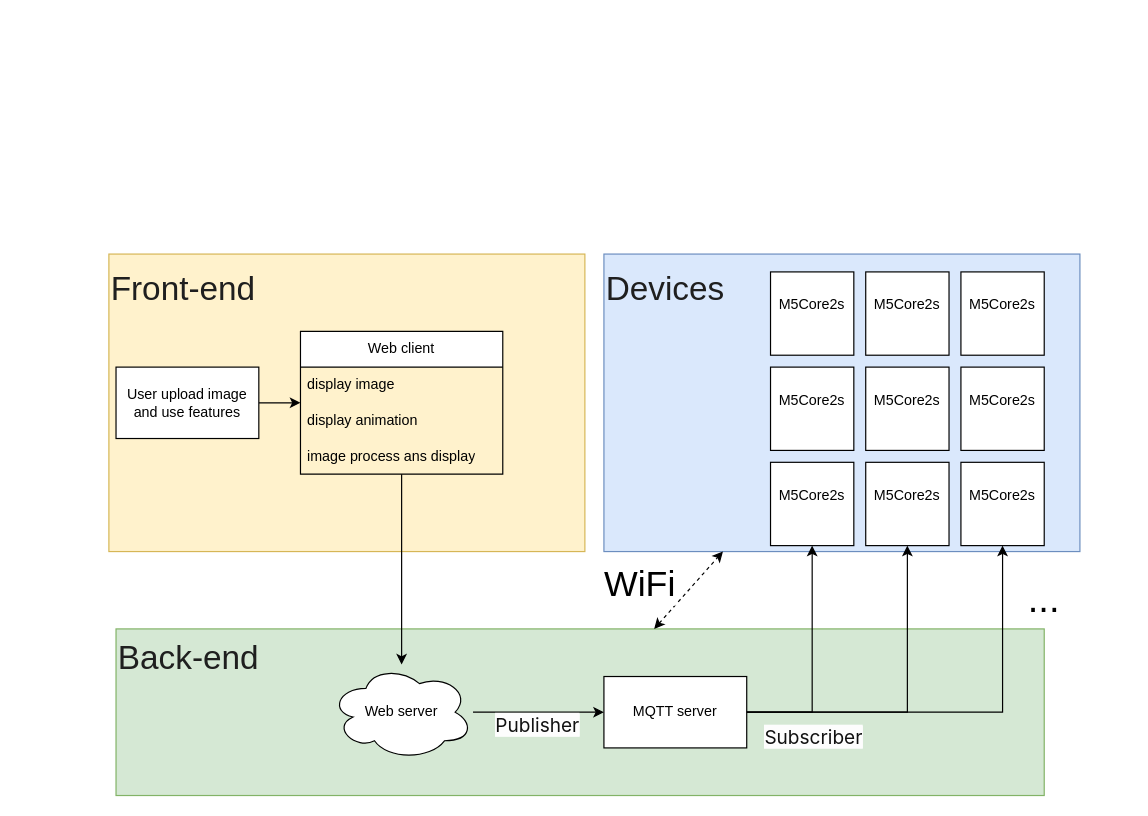
This is Overview.drawio from shizhan1109/Athena-yellow, a draw.io file, before an edit. Source tidied: cells renumbered, new cells numbered last; positions are measured from the earlier drawing's top-left corner, leaving out a move shared by most shapes. Both pictures are drawn from the tidied source at 119%, with x=0, y=0 at pixel (108, 253). Pictures stored in the file or linked from it are replaced by grey dashed boxes.
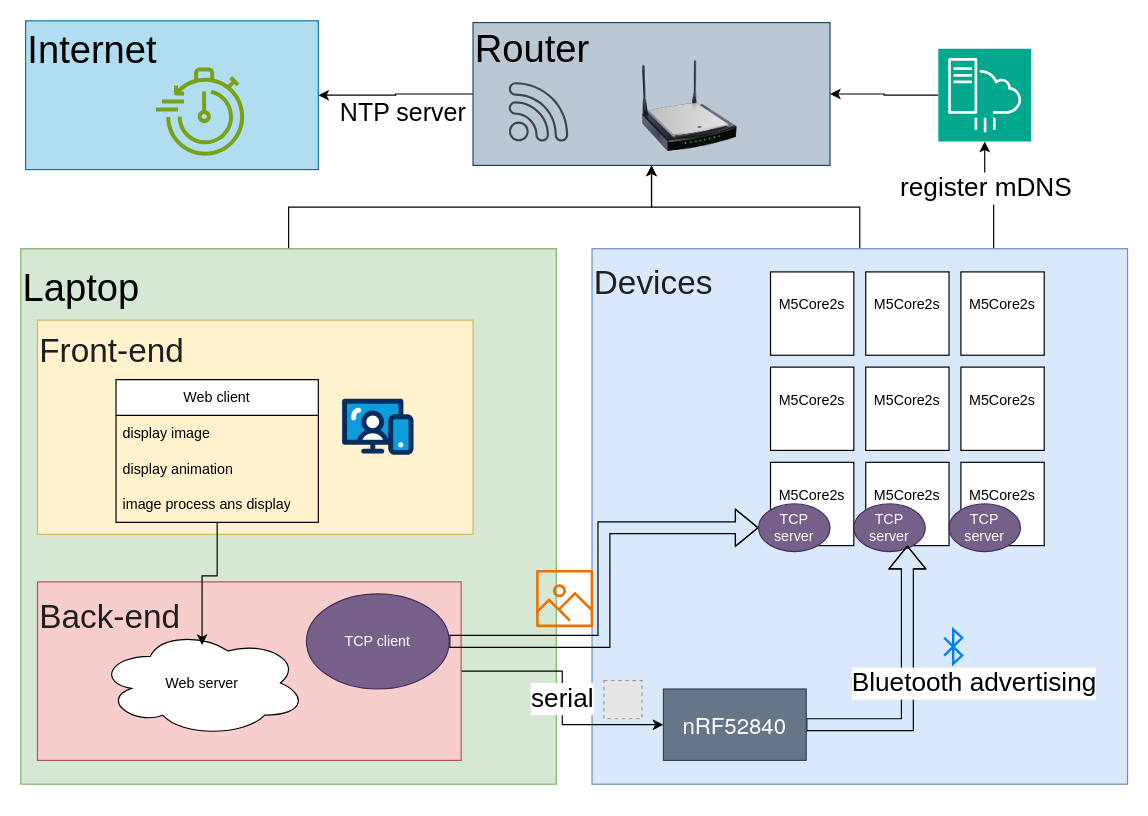
The same page after the edit.

Unchanged cells that the change refers to:
```xml
<mxCell id="22" value="&lt;span class=&quot;fontstyle0&quot;&gt;M5Core2s&lt;/span&gt; &lt;div&gt;&lt;br/&gt;&lt;/div&gt;" style="rounded=0;whiteSpace=wrap;html=1;" parent="1" vertex="1">
  <mxGeometry x="556" y="175" width="70" height="70" as="geometry" />
</mxCell>
<mxCell id="25" value="&lt;span class=&quot;fontstyle0&quot;&gt;M5Core2s&lt;/span&gt; &lt;div&gt;&lt;br/&gt;&lt;/div&gt;" style="rounded=0;whiteSpace=wrap;html=1;" parent="1" vertex="1">
  <mxGeometry x="636" y="175" width="70" height="70" as="geometry" />
</mxCell>
<mxCell id="28" value="&lt;span class=&quot;fontstyle0&quot;&gt;M5Core2s&lt;/span&gt; &lt;div&gt;&lt;br/&gt;&lt;/div&gt;" style="rounded=0;whiteSpace=wrap;html=1;" parent="1" vertex="1">
  <mxGeometry x="716" y="175" width="70" height="70" as="geometry" />
</mxCell>
```

The edit, as a diff of the source:
```diff
@@
+    <mxCell id="32" style="edgeStyle=orthogonalEdgeStyle;rounded=0;jettySize=auto;html=1;entryX=1;entryY=0.5;entryDx=0;entryDy=0;" parent="1" edge="1" source="34" target="56">
+      <mxGeometry relative="1" as="geometry" />
+    </mxCell>
+    <mxCell id="33" value="&lt;font style=&quot;font-size: 21px;&quot;&gt;NTP server&lt;/font&gt;" style="edgeLabel;html=1;align=center;verticalAlign=middle;" parent="32" vertex="1">
+      <mxGeometry x="-0.15" y="5" relative="1" as="geometry">
+        <mxPoint x="-4" y="10" as="offset" />
+      </mxGeometry>
+    </mxCell>
+    <mxCell id="34" value="&lt;font style=&quot;font-size: 32px;&quot;&gt;Router&lt;/font&gt;&lt;div&gt;&lt;font style=&quot;font-size: 32px;&quot;&gt;&lt;br&gt;&lt;/font&gt;&lt;/div&gt;&lt;div&gt;&lt;font style=&quot;font-size: 32px;&quot;&gt;&amp;nbsp;&lt;/font&gt;&lt;/div&gt;" style="rounded=0;whiteSpace=wrap;html=1;align=left;fillColor=#bac8d3;strokeColor=#23445d;" parent="1" vertex="1">
+      <mxGeometry x="306" y="-194.5" width="300" height="120" as="geometry" />
+    </mxCell>
+    <mxCell id="35" style="edgeStyle=orthogonalEdgeStyle;rounded=0;jettySize=auto;html=1;" parent="1" edge="1" source="36" target="34">
+      <mxGeometry relative="1" as="geometry" />
+    </mxCell>
+    <mxCell id="36" value="&lt;font style=&quot;font-size: 32px;&quot;&gt;Laptop&lt;/font&gt;&lt;div&gt;&lt;font style=&quot;font-size: 32px;&quot;&gt;&lt;br&gt;&lt;/font&gt;&lt;/div&gt;&lt;div&gt;&lt;font style=&quot;font-size: 32px;&quot;&gt;&lt;br&gt;&lt;/font&gt;&lt;/div&gt;&lt;div&gt;&lt;font style=&quot;font-size: 32px;&quot;&gt;&lt;br&gt;&lt;/font&gt;&lt;/div&gt;&lt;div&gt;&lt;font style=&quot;font-size: 32px;&quot;&gt;&lt;br&gt;&lt;/font&gt;&lt;/div&gt;&lt;div&gt;&lt;font style=&quot;font-size: 32px;&quot;&gt;&lt;br&gt;&lt;/font&gt;&lt;/div&gt;&lt;div&gt;&lt;font style=&quot;font-size: 32px;&quot;&gt;&lt;br&gt;&lt;/font&gt;&lt;/div&gt;&lt;div&gt;&lt;font style=&quot;font-size: 32px;&quot;&gt;&lt;br&gt;&lt;/font&gt;&lt;/div&gt;&lt;div&gt;&lt;font style=&quot;font-size: 32px;&quot;&gt;&lt;br&gt;&lt;/font&gt;&lt;/div&gt;&lt;div&gt;&lt;font style=&quot;font-size: 32px;&quot;&gt;&lt;br&gt;&lt;/font&gt;&lt;/div&gt;&lt;div&gt;&lt;font style=&quot;font-size: 32px;&quot;&gt;&lt;br&gt;&lt;/font&gt;&lt;/div&gt;" style="rounded=0;whiteSpace=wrap;html=1;align=left;fillColor=#d5e8d4;strokeColor=#82b366;" parent="1" vertex="1">
+      <mxGeometry x="-74" y="-4.5" width="450" height="450" as="geometry" />
+    </mxCell>
+    <mxCell id="37" style="edgeStyle=orthogonalEdgeStyle;rounded=0;jettySize=auto;html=1;" parent="1" edge="1" source="2" target="34">
+      <mxGeometry relative="1" as="geometry" />
+    </mxCell>
+    <mxCell id="38" style="edgeStyle=orthogonalEdgeStyle;rounded=0;jettySize=auto;html=1;exitX=0.75;exitY=0;exitDx=0;exitDy=0;" parent="1" edge="1" source="2" target="52">
+      <mxGeometry relative="1" as="geometry" />
+    </mxCell>
+    <mxCell id="39" value="&lt;font style=&quot;font-size: 22px;&quot;&gt;register mDNS&lt;/font&gt;" style="edgeLabel;html=1;align=center;verticalAlign=middle;" parent="38" vertex="1">
+      <mxGeometry x="0.2" relative="1" as="geometry" />
+    </mxCell>
-    <mxCell id="2" value="&lt;span style=&quot;color: rgb(31, 31, 31); font-family: &amp;quot;Google Sans&amp;quot;, arial, sans-serif-medium, sans-serif; font-size: 28px;&quot;&gt;Devices&lt;/span&gt;&lt;br&gt;&lt;div&gt;&lt;font style=&quot;font-size: 32px;&quot;&gt;&lt;br&gt;&lt;/font&gt;&lt;/div&gt;&lt;div&gt;&lt;font style=&quot;font-size: 32px;&quot;&gt;&lt;br&gt;&lt;/font&gt;&lt;/div&gt;&lt;div&gt;&lt;font style=&quot;font-size: 32px;&quot;&gt;&lt;br&gt;&lt;/font&gt;&lt;/div&gt;&lt;div&gt;&lt;font style=&quot;font-size: 32px;&quot;&gt;&lt;br&gt;&lt;/font&gt;&lt;/div&gt;&lt;div&gt;&lt;font style=&quot;font-size: 32px;&quot;&gt;&lt;br&gt;&lt;/font&gt;&lt;/div&gt;" style="rounded=0;whiteSpace=wrap;html=1;fillColor=#dae8fc;strokeColor=#6c8ebf;align=left;" parent="1" vertex="1">
-      <mxGeometry x="416" width="400" height="250" as="geometry" />
+    <mxCell id="2" value="&lt;span style=&quot;color: rgb(31, 31, 31); font-family: &amp;quot;Google Sans&amp;quot;, arial, sans-serif-medium, sans-serif; font-size: 28px;&quot;&gt;Devices&lt;/span&gt;&lt;div&gt;&lt;font face=&quot;Google Sans, arial, sans-serif-medium, sans-serif&quot; color=&quot;#1f1f1f&quot;&gt;&lt;span style=&quot;font-size: 28px;&quot;&gt;&lt;br&gt;&lt;/span&gt;&lt;/font&gt;&lt;/div&gt;&lt;div&gt;&lt;font face=&quot;Google Sans, arial, sans-serif-medium, sans-serif&quot; color=&quot;#1f1f1f&quot;&gt;&lt;span style=&quot;font-size: 28px;&quot;&gt;&lt;br&gt;&lt;/span&gt;&lt;/font&gt;&lt;/div&gt;&lt;div&gt;&lt;font face=&quot;Google Sans, arial, sans-serif-medium, sans-serif&quot; color=&quot;#1f1f1f&quot;&gt;&lt;span style=&quot;font-size: 28px;&quot;&gt;&lt;br&gt;&lt;/span&gt;&lt;/font&gt;&lt;/div&gt;&lt;div&gt;&lt;font face=&quot;Google Sans, arial, sans-serif-medium, sans-serif&quot; color=&quot;#1f1f1f&quot;&gt;&lt;span style=&quot;font-size: 28px;&quot;&gt;&lt;br&gt;&lt;/span&gt;&lt;/font&gt;&lt;/div&gt;&lt;div&gt;&lt;font face=&quot;Google Sans, arial, sans-serif-medium, sans-serif&quot; color=&quot;#1f1f1f&quot;&gt;&lt;span style=&quot;font-size: 28px;&quot;&gt;&lt;br&gt;&lt;/span&gt;&lt;/font&gt;&lt;/div&gt;&lt;div&gt;&lt;font face=&quot;Google Sans, arial, sans-serif-medium, sans-serif&quot; color=&quot;#1f1f1f&quot;&gt;&lt;span style=&quot;font-size: 28px;&quot;&gt;&lt;br&gt;&lt;/span&gt;&lt;/font&gt;&lt;div&gt;&lt;font style=&quot;font-size: 32px;&quot;&gt;&lt;br&gt;&lt;/font&gt;&lt;/div&gt;&lt;div&gt;&lt;font style=&quot;font-size: 32px;&quot;&gt;&lt;br&gt;&lt;/font&gt;&lt;/div&gt;&lt;div&gt;&lt;font style=&quot;font-size: 32px;&quot;&gt;&lt;br&gt;&lt;/font&gt;&lt;/div&gt;&lt;div&gt;&lt;font style=&quot;font-size: 32px;&quot;&gt;&lt;br&gt;&lt;/font&gt;&lt;/div&gt;&lt;div&gt;&lt;font style=&quot;font-size: 32px;&quot;&gt;&lt;br&gt;&lt;/font&gt;&lt;/div&gt;&lt;/div&gt;" style="rounded=0;whiteSpace=wrap;html=1;fillColor=#dae8fc;strokeColor=#6c8ebf;align=left;" parent="1" vertex="1">
+      <mxGeometry x="406" y="-4.5" width="450" height="450" as="geometry" />
     </mxCell>
+    <mxCell id="40" value="&lt;font style=&quot;font-size: 22px;&quot;&gt;serial&lt;/font&gt;" style="edgeStyle=orthogonalEdgeStyle;rounded=0;jettySize=auto;html=1;entryX=0;entryY=0.5;entryDx=0;entryDy=0;" parent="1" edge="1" source="3" target="47">
+      <mxGeometry relative="1" as="geometry" />
+    </mxCell>
-    <mxCell id="3" value="&lt;span style=&quot;color: rgb(31, 31, 31); font-family: &amp;quot;Google Sans&amp;quot;, arial, sans-serif-medium, sans-serif; font-size: 28px;&quot;&gt;Back-end&lt;/span&gt;&lt;br&gt;&lt;div&gt;&lt;br&gt;&lt;/div&gt;&lt;div&gt;&lt;font style=&quot;font-size: 32px;&quot;&gt;&lt;br&gt;&lt;/font&gt;&lt;/div&gt;&lt;div&gt;&lt;font style=&quot;font-size: 32px;&quot;&gt;&lt;br&gt;&lt;/font&gt;&lt;/div&gt;" style="rounded=0;whiteSpace=wrap;html=1;fillColor=#d5e8d4;strokeColor=#82b366;align=left;" parent="1" vertex="1">
-      <mxGeometry x="6" y="315" width="780" height="140" as="geometry" />
+    <mxCell id="3" value="&lt;span style=&quot;color: rgb(31, 31, 31); font-family: &amp;quot;Google Sans&amp;quot;, arial, sans-serif-medium, sans-serif; font-size: 28px;&quot;&gt;Back-end&lt;/span&gt;&lt;br&gt;&lt;div&gt;&lt;br&gt;&lt;/div&gt;&lt;div&gt;&lt;font style=&quot;font-size: 32px;&quot;&gt;&lt;br&gt;&lt;/font&gt;&lt;/div&gt;&lt;div&gt;&lt;font style=&quot;font-size: 32px;&quot;&gt;&lt;br&gt;&lt;/font&gt;&lt;/div&gt;" style="rounded=0;whiteSpace=wrap;html=1;fillColor=#f8cecc;strokeColor=#b85450;align=left;" parent="1" vertex="1">
+      <mxGeometry x="-60" y="275.5" width="356" height="150" as="geometry" />
     </mxCell>
-    <mxCell id="4" value="&lt;span style=&quot;color: rgb(31, 31, 31); font-family: &amp;quot;Google Sans&amp;quot;, arial, sans-serif-medium, sans-serif; font-size: 28px;&quot;&gt;Front-end&lt;/span&gt;&lt;br&gt;&lt;div&gt;&lt;font style=&quot;font-size: 32px;&quot;&gt;&lt;br&gt;&lt;/font&gt;&lt;/div&gt;&lt;div&gt;&lt;font style=&quot;font-size: 32px;&quot;&gt;&lt;br&gt;&lt;/font&gt;&lt;/div&gt;&lt;div&gt;&lt;font style=&quot;font-size: 32px;&quot;&gt;&lt;br&gt;&lt;/font&gt;&lt;/div&gt;&lt;div&gt;&lt;font style=&quot;font-size: 32px;&quot;&gt;&lt;br&gt;&lt;/font&gt;&lt;/div&gt;&lt;div&gt;&lt;font style=&quot;font-size: 32px;&quot;&gt;&lt;br&gt;&lt;/font&gt;&lt;/div&gt;" style="rounded=0;whiteSpace=wrap;html=1;fillColor=#fff2cc;strokeColor=#d6b656;align=left;" parent="1" vertex="1">
-      <mxGeometry width="400" height="250" as="geometry" />
+    <mxCell id="4" value="&lt;span style=&quot;color: rgb(31, 31, 31); font-family: &amp;quot;Google Sans&amp;quot;, arial, sans-serif-medium, sans-serif; font-size: 28px;&quot;&gt;Front-end&lt;/span&gt;&lt;br&gt;&lt;div&gt;&lt;br&gt;&lt;/div&gt;&lt;div&gt;&lt;font style=&quot;font-size: 32px;&quot;&gt;&lt;br&gt;&lt;/font&gt;&lt;/div&gt;&lt;div&gt;&lt;font style=&quot;font-size: 32px;&quot;&gt;&lt;br&gt;&lt;/font&gt;&lt;/div&gt;&lt;div&gt;&lt;font style=&quot;font-size: 32px;&quot;&gt;&lt;br&gt;&lt;/font&gt;&lt;/div&gt;" style="rounded=0;whiteSpace=wrap;html=1;fillColor=#fff2cc;strokeColor=#d6b656;align=left;" parent="1" vertex="1">
+      <mxGeometry x="-60" y="55.5" width="366" height="180" as="geometry" />
     </mxCell>
-    <mxCell id="5" style="edgeStyle=orthogonalEdgeStyle;rounded=0;jettySize=auto;html=1;" parent="1" edge="1" source="7" target="17">
-      <mxGeometry relative="1" as="geometry" />
-    </mxCell>
-    <mxCell id="6" value="&lt;span style=&quot;color: rgb(17, 17, 17); font-family: -apple-system, BlinkMacSystemFont, &amp;quot;Segoe UI&amp;quot;, Roboto, Helvetica, Arial, sans-serif, &amp;quot;Apple Color Emoji&amp;quot;, &amp;quot;Segoe UI Emoji&amp;quot;, &amp;quot;Segoe UI Symbol&amp;quot;; font-size: 16px; text-align: start; text-wrap: wrap; background-color: rgb(253, 253, 253);&quot;&gt;Publisher&lt;/span&gt;" style="edgeLabel;html=1;align=center;verticalAlign=middle;" parent="5" vertex="1">
-      <mxGeometry x="-0.21" y="-3" relative="1" as="geometry">
-        <mxPoint x="10" y="7" as="offset" />
-      </mxGeometry>
-    </mxCell>
     <mxCell id="7" value="Web server" style="ellipse;shape=cloud;whiteSpace=wrap;html=1;" parent="1" vertex="1">
-      <mxGeometry x="186" y="345" width="120" height="80" as="geometry" />
+      <mxGeometry x="-9" y="315.5" width="175" height="90" as="geometry" />
     </mxCell>
-    <mxCell id="8" style="edgeStyle=orthogonalEdgeStyle;rounded=0;jettySize=auto;html=1;" parent="1" edge="1" source="11" target="7">
+    <mxCell id="8" style="edgeStyle=orthogonalEdgeStyle;rounded=0;jettySize=auto;html=1;entryX=0.499;entryY=0.145;entryDx=0;entryDy=0;entryPerimeter=0;" parent="1" edge="1" source="11" target="7">
       <mxGeometry relative="1" as="geometry" />
     </mxCell>
-    <mxCell id="9" style="edgeStyle=orthogonalEdgeStyle;rounded=0;jettySize=auto;html=1;exitX=1;exitY=0.5;exitDx=0;exitDy=0;" parent="1" edge="1" source="10" target="11">
-      <mxGeometry relative="1" as="geometry" />
-    </mxCell>
-    <mxCell id="10" value="User upload image and&amp;nbsp;use features" style="rounded=0;whiteSpace=wrap;html=1;" parent="1" vertex="1">
-      <mxGeometry x="6" y="95" width="120" height="60" as="geometry" />
-    </mxCell>
     <mxCell id="11" value="Web client" style="swimlane;fontStyle=0;horizontal=1;startSize=30;whiteSpace=wrap;html=1;" parent="1" vertex="1">
-      <mxGeometry x="161" y="65" width="170" height="120" as="geometry" />
+      <mxGeometry x="6" y="105.5" width="170" height="120" as="geometry" />
     </mxCell>
@@
-    <mxCell id="15" style="edgeStyle=orthogonalEdgeStyle;rounded=0;jettySize=auto;html=1;" parent="1" edge="1" source="17" target="25">
-      <mxGeometry relative="1" as="geometry" />
-    </mxCell>
-    <mxCell id="16" style="edgeStyle=orthogonalEdgeStyle;rounded=0;jettySize=auto;html=1;" parent="1" edge="1" source="17" target="28">
-      <mxGeometry relative="1" as="geometry" />
-    </mxCell>
-    <mxCell id="17" value="MQTT server" style="rounded=0;whiteSpace=wrap;html=1;" parent="1" vertex="1">
-      <mxGeometry x="416" y="355" width="120" height="60" as="geometry" />
-    </mxCell>
@@
-    <mxCell id="20" style="edgeStyle=orthogonalEdgeStyle;rounded=0;jettySize=auto;html=1;" parent="1" edge="1" source="17" target="22">
+    <mxCell id="20" style="edgeStyle=orthogonalEdgeStyle;rounded=0;jettySize=auto;html=1;entryX=0;entryY=0.5;entryDx=0;entryDy=0;shape=flexArrow;" parent="1" edge="1" source="41" target="42">
       <mxGeometry relative="1" as="geometry" />
     </mxCell>
-    <mxCell id="21" value="&lt;span style=&quot;color: rgb(17, 17, 17); font-family: -apple-system, BlinkMacSystemFont, &amp;quot;Segoe UI&amp;quot;, Roboto, Helvetica, Arial, sans-serif, &amp;quot;Apple Color Emoji&amp;quot;, &amp;quot;Segoe UI Emoji&amp;quot;, &amp;quot;Segoe UI Symbol&amp;quot;; font-size: 16px; text-align: start; text-wrap: wrap; background-color: rgb(253, 253, 253);&quot;&gt;Subscriber&lt;/span&gt;" style="edgeLabel;html=1;align=center;verticalAlign=middle;" parent="20" vertex="1">
-      <mxGeometry x="-0.06" y="-1" relative="1" as="geometry">
-        <mxPoint x="-1" y="57" as="offset" />
-      </mxGeometry>
-    </mxCell>
@@
-    <mxCell id="29" value="&lt;font style=&quot;font-size: 32px;&quot;&gt;...&lt;/font&gt;" style="text;html=1;align=center;verticalAlign=middle;whiteSpace=wrap;rounded=0;" parent="1" vertex="1">
-      <mxGeometry x="756" y="275" width="60" height="30" as="geometry" />
-    </mxCell>
-    <mxCell id="30" style="endArrow=classic;startArrow=classic;html=1;rounded=0;entryX=0.25;entryY=1;entryDx=0;entryDy=0;dashed=1;" parent="1" edge="1" source="3" target="2">
-      <mxGeometry relative="1" as="geometry" />
-    </mxCell>
-    <mxCell id="31" value="&lt;font style=&quot;font-size: 30px;&quot;&gt;WiFi&lt;/font&gt;" style="edgeLabel;html=1;align=center;verticalAlign=middle;" parent="30" vertex="1">
-      <mxGeometry x="0.02" y="-3" relative="1" as="geometry">
-        <mxPoint x="-44" y="-8" as="offset" />
-      </mxGeometry>
-    </mxCell>
+    <mxCell id="41" value="TCP client" style="ellipse;whiteSpace=wrap;html=1;fillColor=#76608a;fontColor=#ffffff;strokeColor=#432D57;" parent="1" vertex="1">
+      <mxGeometry x="166" y="285.5" width="120" height="80" as="geometry" />
+    </mxCell>
+    <mxCell id="42" value="TCP server" style="ellipse;whiteSpace=wrap;html=1;fillColor=#76608a;fontColor=#ffffff;strokeColor=#432D57;" parent="1" vertex="1">
+      <mxGeometry x="546" y="210" width="60" height="40" as="geometry" />
+    </mxCell>
+    <mxCell id="43" value="TCP server" style="ellipse;whiteSpace=wrap;html=1;fillColor=#76608a;fontColor=#ffffff;strokeColor=#432D57;" parent="1" vertex="1">
+      <mxGeometry x="626" y="210" width="60" height="40" as="geometry" />
+    </mxCell>
+    <mxCell id="44" value="TCP server" style="ellipse;whiteSpace=wrap;html=1;fillColor=#76608a;fontColor=#ffffff;strokeColor=#432D57;" parent="1" vertex="1">
+      <mxGeometry x="706" y="210" width="60" height="40" as="geometry" />
+    </mxCell>
+    <mxCell id="45" style="edgeStyle=orthogonalEdgeStyle;rounded=0;jettySize=auto;html=1;shape=flexArrow;" parent="1" edge="1" source="47" target="25">
+      <mxGeometry relative="1" as="geometry" />
+    </mxCell>
+    <mxCell id="46" value="&lt;font style=&quot;font-size: 22px;&quot;&gt;Bluetooth advertising&lt;/font&gt;" style="edgeLabel;html=1;align=center;verticalAlign=middle;" parent="45" vertex="1">
+      <mxGeometry x="0.05" y="1" relative="1" as="geometry">
+        <mxPoint x="56" y="4" as="offset" />
+      </mxGeometry>
+    </mxCell>
+    <mxCell id="47" value="&lt;font face=&quot;Helvetica Neue&quot;&gt;&lt;span style=&quot;font-size: 18.6667px;&quot;&gt;nRF52840&lt;/span&gt;&lt;/font&gt;" style="rounded=0;whiteSpace=wrap;html=1;fillColor=#647687;fontColor=#ffffff;strokeColor=#314354;" parent="1" vertex="1">
+      <mxGeometry x="466" y="365.5" width="120" height="60" as="geometry" />
+    </mxCell>
+    <mxCell id="48" style="image;html=1;image=img/lib/clip_art/networking/Wireless_Router_N_128x128.png;" parent="1" vertex="1">
+      <mxGeometry x="448" y="-164.5" width="80" height="80" as="geometry" />
+    </mxCell>
+    <mxCell id="49" style="sketch=0;shadow=0;dashed=0;html=1;strokeColor=none;fillColor=#434445;labelPosition=center;verticalLabelPosition=bottom;verticalAlign=top;align=center;shape=mxgraph.vvd.wi_fi;" parent="1" vertex="1">
+      <mxGeometry x="336" y="-144.5" width="50" height="50" as="geometry" />
+    </mxCell>
+    <mxCell id="50" style="html=1;verticalLabelPosition=bottom;align=center;labelBackgroundColor=#ffffff;verticalAlign=top;strokeWidth=2;strokeColor=#0080F0;shadow=0;dashed=0;shape=mxgraph.ios7.icons.bluetooth;" parent="1" vertex="1">
+      <mxGeometry x="702" y="315.5" width="15" height="28.8" as="geometry" />
+    </mxCell>
+    <mxCell id="51" style="edgeStyle=orthogonalEdgeStyle;rounded=0;jettySize=auto;html=1;" parent="1" edge="1" source="52" target="34">
+      <mxGeometry relative="1" as="geometry" />
+    </mxCell>
+    <mxCell id="52" style="sketch=0;points=[[0,0,0],[0.25,0,0],[0.5,0,0],[0.75,0,0],[1,0,0],[0,1,0],[0.25,1,0],[0.5,1,0],[0.75,1,0],[1,1,0],[0,0.25,0],[0,0.5,0],[0,0.75,0],[1,0.25,0],[1,0.5,0],[1,0.75,0]];outlineConnect=0;fontColor=#232F3E;fillColor=#01A88D;strokeColor=#ffffff;dashed=0;verticalLabelPosition=bottom;verticalAlign=top;align=center;html=1;fontSize=12;fontStyle=0;shape=mxgraph.aws4.resourceIcon;resIcon=mxgraph.aws4.server_migration_service;" parent="1" vertex="1">
+      <mxGeometry x="697" y="-172.5" width="78" height="78" as="geometry" />
+    </mxCell>
+    <mxCell id="53" style="sketch=0;fontColor=#232F3E;gradientColor=none;fillColor=#ED7100;strokeColor=none;dashed=0;verticalLabelPosition=bottom;verticalAlign=top;align=center;html=1;fontSize=12;fontStyle=0;shape=mxgraph.aws4.container_registry_image;" parent="1" vertex="1">
+      <mxGeometry x="359" y="265.5" width="48" height="48" as="geometry" />
+    </mxCell>
+    <mxCell id="54" style="verticalLabelPosition=bottom;html=1;shape=mxgraph.salesforce.web;" parent="1" vertex="1">
+      <mxGeometry x="196" y="121.5" width="60" height="47.4" as="geometry" />
+    </mxCell>
+    <mxCell id="55" style="fillColor=#E6E6E6;strokeColor=#999999;dashed=1;html=1;verticalAlign=top;verticalLabelPosition=bottom;labelBackgroundColor=#ffffff;" parent="1" vertex="1">
+      <mxGeometry x="416" y="358.5" width="32" height="32" as="geometry" />
+    </mxCell>
+    <mxCell id="56" value="&lt;font style=&quot;font-size: 32px;&quot;&gt;Internet&lt;/font&gt;&lt;div&gt;&lt;font style=&quot;font-size: 32px;&quot;&gt;&lt;br&gt;&lt;/font&gt;&lt;/div&gt;&lt;div&gt;&lt;font style=&quot;font-size: 32px;&quot;&gt;&lt;br&gt;&lt;/font&gt;&lt;/div&gt;" style="rounded=0;whiteSpace=wrap;html=1;fillColor=#b1ddf0;align=left;strokeColor=#10739e;" parent="1" vertex="1">
+      <mxGeometry x="-70" y="-196" width="246" height="125" as="geometry" />
+    </mxCell>
+    <mxCell id="57" style="sketch=0;fontColor=#232F3E;gradientColor=none;fillColor=#7AA116;strokeColor=none;dashed=0;verticalLabelPosition=bottom;verticalAlign=top;align=center;html=1;fontSize=12;fontStyle=0;shape=mxgraph.aws4.backup_recovery_time_objective;" parent="1" vertex="1">
+      <mxGeometry x="39.5" y="-157" width="78" height="75" as="geometry" />
+    </mxCell>
```
